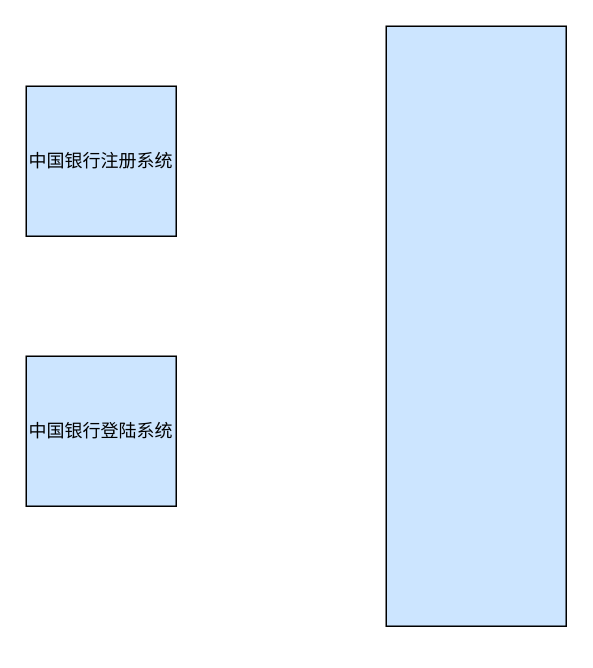
Above: 整体架构图.drawio in Foward-Fu/Demo (draw.io), before the change. Source tidied: cells renumbered, new cells numbered last; positions are measured from the earlier drawing's top-left corner, leaving out a move shared by most shapes. Both pictures are drawn from the tidied source at 150%, with x=0, y=0 at pixel (26, 26).
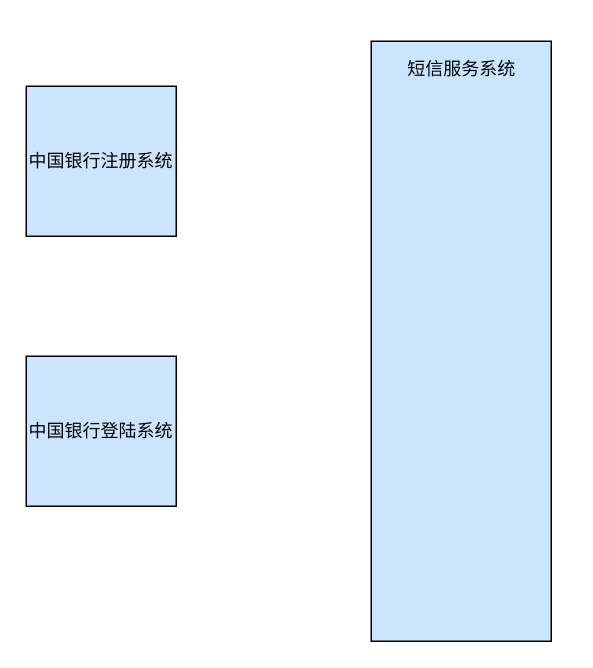
After the change.

Commit message (it also covers changes not shown here):
更新整体架构图.drawio

Diff of the diagram source:
```diff
@@
 <mxGraphModel>
   <root>
     <mxCell id="0" />
     <mxCell id="1" parent="0" />
     <mxCell id="2" value="中国银行注册系统" style="rounded=0;whiteSpace=wrap;html=1;fillColor=#CCE5FF;" parent="1" vertex="1">
       <mxGeometry y="40" width="100" height="100" as="geometry" />
     </mxCell>
     <mxCell id="3" value="中国银行登陆系统" style="rounded=0;whiteSpace=wrap;html=1;fillColor=#CCE5FF;" parent="1" vertex="1">
       <mxGeometry y="220" width="100" height="100" as="geometry" />
     </mxCell>
     <mxCell id="4" style="rounded=0;whiteSpace=wrap;html=1;fillColor=#CCE5FF;" parent="1" vertex="1">
-      <mxGeometry x="240" width="120" height="400" as="geometry" />
+      <mxGeometry x="230" y="10" width="120" height="400" as="geometry" />
     </mxCell>
+    <mxCell id="5" value="短信服务系统" style="text;html=1;align=center;verticalAlign=middle;fillColor=none;strokeColor=none;rounded=0;" parent="1" vertex="1">
+      <mxGeometry x="240" y="14" width="100" height="30" as="geometry" />
+    </mxCell>
   </root>
 </mxGraphModel>
```
